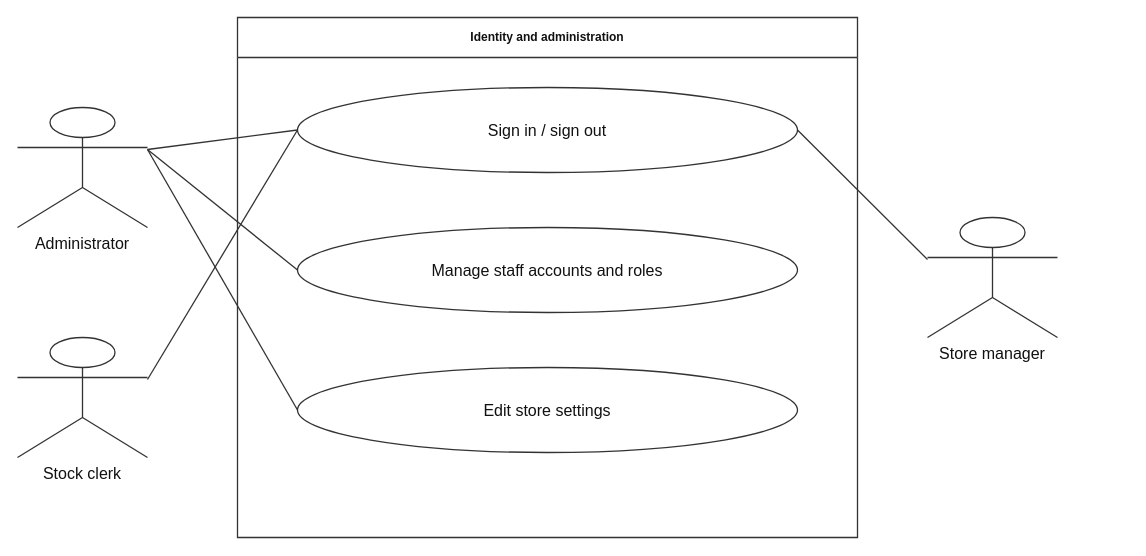
This is thesis/figure-assets/diagrams/06-uc-access.drawio from ZeroRegister/SupermarketsSystem, a draw.io file, before an edit. Source tidied: cells renumbered, new cells numbered last; positions are measured from the earlier drawing's top-left corner, leaving out a move shared by most shapes. Both pictures are drawn from the tidied source at 100%, with x=0, y=0 at pixel (17, 17).
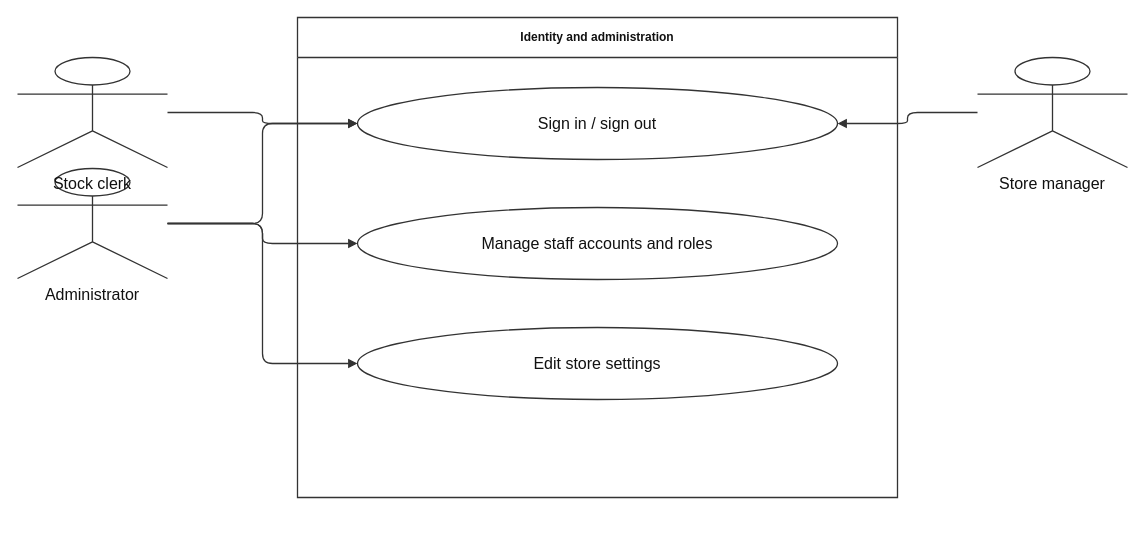
The same page after the edit.

What changed in the source:
```diff
@@
 <mxGraphModel background="#ffffff">
   <root>
     <mxCell id="0" />
     <mxCell id="1" parent="0" />
     <mxCell id="2" value="Identity and administration" style="whiteSpace=wrap;html=1;fontFamily=Arial;fontSize=16;fontColor=#111111;strokeColor=#333333;strokeWidth=1.3;rounded=0;fillColor=#ffffff;swimlane;startSize=40;fontStyle=1;" parent="1" vertex="1">
-      <mxGeometry x="220" width="620" height="520" as="geometry" />
+      <mxGeometry x="280" width="600" height="480" as="geometry" />
     </mxCell>
     <mxCell id="3" value="Sign in / sign out" style="whiteSpace=wrap;html=1;fontFamily=Arial;fontSize=16;fontColor=#111111;strokeColor=#333333;strokeWidth=1.3;rounded=0;fillColor=#ffffff;ellipse;" parent="2" vertex="1">
-      <mxGeometry x="60" y="70" width="500" height="85" as="geometry" />
+      <mxGeometry x="60" y="70" width="480" height="72" as="geometry" />
     </mxCell>
     <mxCell id="4" value="Manage staff accounts and roles" style="whiteSpace=wrap;html=1;fontFamily=Arial;fontSize=16;fontColor=#111111;strokeColor=#333333;strokeWidth=1.3;rounded=0;fillColor=#ffffff;ellipse;" parent="2" vertex="1">
-      <mxGeometry x="60" y="210" width="500" height="85" as="geometry" />
+      <mxGeometry x="60" y="190" width="480" height="72" as="geometry" />
     </mxCell>
     <mxCell id="5" value="Edit store settings" style="whiteSpace=wrap;html=1;fontFamily=Arial;fontSize=16;fontColor=#111111;strokeColor=#333333;strokeWidth=1.3;rounded=0;fillColor=#ffffff;ellipse;" parent="2" vertex="1">
-      <mxGeometry x="60" y="350" width="500" height="85" as="geometry" />
+      <mxGeometry x="60" y="310" width="480" height="72" as="geometry" />
     </mxCell>
     <mxCell id="6" value="Administrator" style="whiteSpace=wrap;html=1;fontFamily=Arial;fontSize=16;fontColor=#111111;strokeColor=#333333;strokeWidth=1.3;rounded=0;fillColor=#ffffff;shape=umlActor;verticalLabelPosition=bottom;verticalAlign=top;" parent="1" vertex="1">
-      <mxGeometry y="90" width="130" height="120" as="geometry" />
+      <mxGeometry y="151" width="150" height="110" as="geometry" />
     </mxCell>
-    <mxCell id="7" style="whiteSpace=wrap;html=1;fontFamily=Arial;fontSize=16;fontColor=#111111;strokeColor=#333333;strokeWidth=1.3;edgeStyle=orthogonalEdgeStyle;rounded=1;jettySize=auto;fontSize=13;whiteSpace=nowrap;labelBackgroundColor=#ffffff;endArrow=block;endFill=1;edgeStyle=none;endArrow=none;exitX=1;exitY=0.35;exitPerimeter=0;entryX=0;entryY=0.5;" parent="1" edge="1" source="6" target="3">
+    <mxCell id="7" style="whiteSpace=wrap;html=1;fontFamily=Arial;fontSize=16;fontColor=#111111;strokeColor=#333333;strokeWidth=1.3;edgeStyle=orthogonalEdgeStyle;rounded=1;jettySize=auto;fontSize=13;whiteSpace=nowrap;labelBackgroundColor=#ffffff;endArrow=block;endFill=1;edgeStyle=orthogonalEdgeStyle;rounded=1;jettySize=auto;exitX=1;exitY=0.5;entryX=0;entryY=0.5;" parent="1" edge="1" source="6" target="3">
       <mxGeometry relative="1" as="geometry" />
     </mxCell>
-    <mxCell id="8" style="whiteSpace=wrap;html=1;fontFamily=Arial;fontSize=16;fontColor=#111111;strokeColor=#333333;strokeWidth=1.3;edgeStyle=orthogonalEdgeStyle;rounded=1;jettySize=auto;fontSize=13;whiteSpace=nowrap;labelBackgroundColor=#ffffff;endArrow=block;endFill=1;edgeStyle=none;endArrow=none;exitX=1;exitY=0.35;exitPerimeter=0;entryX=0;entryY=0.5;" parent="1" edge="1" source="6" target="4">
+    <mxCell id="8" style="whiteSpace=wrap;html=1;fontFamily=Arial;fontSize=16;fontColor=#111111;strokeColor=#333333;strokeWidth=1.3;edgeStyle=orthogonalEdgeStyle;rounded=1;jettySize=auto;fontSize=13;whiteSpace=nowrap;labelBackgroundColor=#ffffff;endArrow=block;endFill=1;edgeStyle=orthogonalEdgeStyle;rounded=1;jettySize=auto;exitX=1;exitY=0.5;entryX=0;entryY=0.5;" parent="1" edge="1" source="6" target="4">
       <mxGeometry relative="1" as="geometry" />
     </mxCell>
-    <mxCell id="9" style="whiteSpace=wrap;html=1;fontFamily=Arial;fontSize=16;fontColor=#111111;strokeColor=#333333;strokeWidth=1.3;edgeStyle=orthogonalEdgeStyle;rounded=1;jettySize=auto;fontSize=13;whiteSpace=nowrap;labelBackgroundColor=#ffffff;endArrow=block;endFill=1;edgeStyle=none;endArrow=none;exitX=1;exitY=0.35;exitPerimeter=0;entryX=0;entryY=0.5;" parent="1" edge="1" source="6" target="5">
+    <mxCell id="9" style="whiteSpace=wrap;html=1;fontFamily=Arial;fontSize=16;fontColor=#111111;strokeColor=#333333;strokeWidth=1.3;edgeStyle=orthogonalEdgeStyle;rounded=1;jettySize=auto;fontSize=13;whiteSpace=nowrap;labelBackgroundColor=#ffffff;endArrow=block;endFill=1;edgeStyle=orthogonalEdgeStyle;rounded=1;jettySize=auto;exitX=1;exitY=0.5;entryX=0;entryY=0.5;" parent="1" edge="1" source="6" target="5">
       <mxGeometry relative="1" as="geometry" />
     </mxCell>
     <mxCell id="10" value="Store manager" style="whiteSpace=wrap;html=1;fontFamily=Arial;fontSize=16;fontColor=#111111;strokeColor=#333333;strokeWidth=1.3;rounded=0;fillColor=#ffffff;shape=umlActor;verticalLabelPosition=bottom;verticalAlign=top;" parent="1" vertex="1">
-      <mxGeometry x="910" y="200" width="130" height="120" as="geometry" />
+      <mxGeometry x="960" y="40" width="150" height="110" as="geometry" />
     </mxCell>
-    <mxCell id="11" style="whiteSpace=wrap;html=1;fontFamily=Arial;fontSize=16;fontColor=#111111;strokeColor=#333333;strokeWidth=1.3;edgeStyle=orthogonalEdgeStyle;rounded=1;jettySize=auto;fontSize=13;whiteSpace=nowrap;labelBackgroundColor=#ffffff;endArrow=block;endFill=1;edgeStyle=none;endArrow=none;exitX=0;exitY=0.35;exitPerimeter=0;entryX=1;entryY=0.5;" parent="1" edge="1" source="10" target="3">
+    <mxCell id="11" style="whiteSpace=wrap;html=1;fontFamily=Arial;fontSize=16;fontColor=#111111;strokeColor=#333333;strokeWidth=1.3;edgeStyle=orthogonalEdgeStyle;rounded=1;jettySize=auto;fontSize=13;whiteSpace=nowrap;labelBackgroundColor=#ffffff;endArrow=block;endFill=1;edgeStyle=orthogonalEdgeStyle;rounded=1;jettySize=auto;exitX=0;exitY=0.5;entryX=1;entryY=0.5;" parent="1" edge="1" source="10" target="3">
       <mxGeometry relative="1" as="geometry" />
     </mxCell>
     <mxCell id="12" value="Stock clerk" style="whiteSpace=wrap;html=1;fontFamily=Arial;fontSize=16;fontColor=#111111;strokeColor=#333333;strokeWidth=1.3;rounded=0;fillColor=#ffffff;shape=umlActor;verticalLabelPosition=bottom;verticalAlign=top;" parent="1" vertex="1">
-      <mxGeometry y="320" width="130" height="120" as="geometry" />
+      <mxGeometry y="40" width="150" height="110" as="geometry" />
     </mxCell>
-    <mxCell id="13" style="whiteSpace=wrap;html=1;fontFamily=Arial;fontSize=16;fontColor=#111111;strokeColor=#333333;strokeWidth=1.3;edgeStyle=orthogonalEdgeStyle;rounded=1;jettySize=auto;fontSize=13;whiteSpace=nowrap;labelBackgroundColor=#ffffff;endArrow=block;endFill=1;edgeStyle=none;endArrow=none;exitX=1;exitY=0.35;exitPerimeter=0;entryX=0;entryY=0.5;" parent="1" edge="1" source="12" target="3">
+    <mxCell id="13" style="whiteSpace=wrap;html=1;fontFamily=Arial;fontSize=16;fontColor=#111111;strokeColor=#333333;strokeWidth=1.3;edgeStyle=orthogonalEdgeStyle;rounded=1;jettySize=auto;fontSize=13;whiteSpace=nowrap;labelBackgroundColor=#ffffff;endArrow=block;endFill=1;edgeStyle=orthogonalEdgeStyle;rounded=1;jettySize=auto;exitX=1;exitY=0.5;entryX=0;entryY=0.5;" parent="1" edge="1" source="12" target="3">
       <mxGeometry relative="1" as="geometry" />
     </mxCell>
   </root>
 </mxGraphModel>
```
